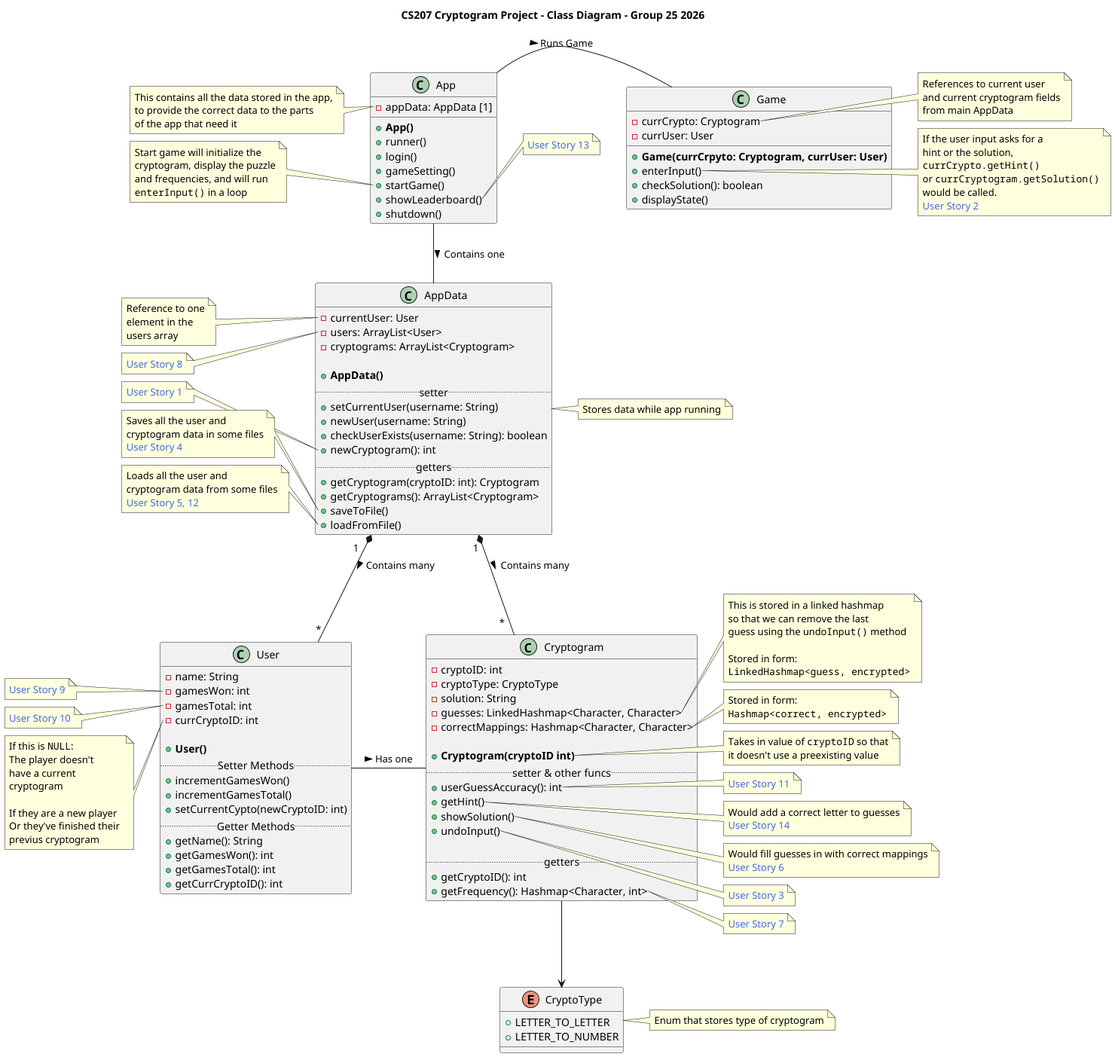
Before: Class-Diagrams/src/main-CS207 Cryptogram Project - Class Diagram - Group 25 2026.png, a diagram exported from PlantUML (finlaysr/CS207-Cryptograms).
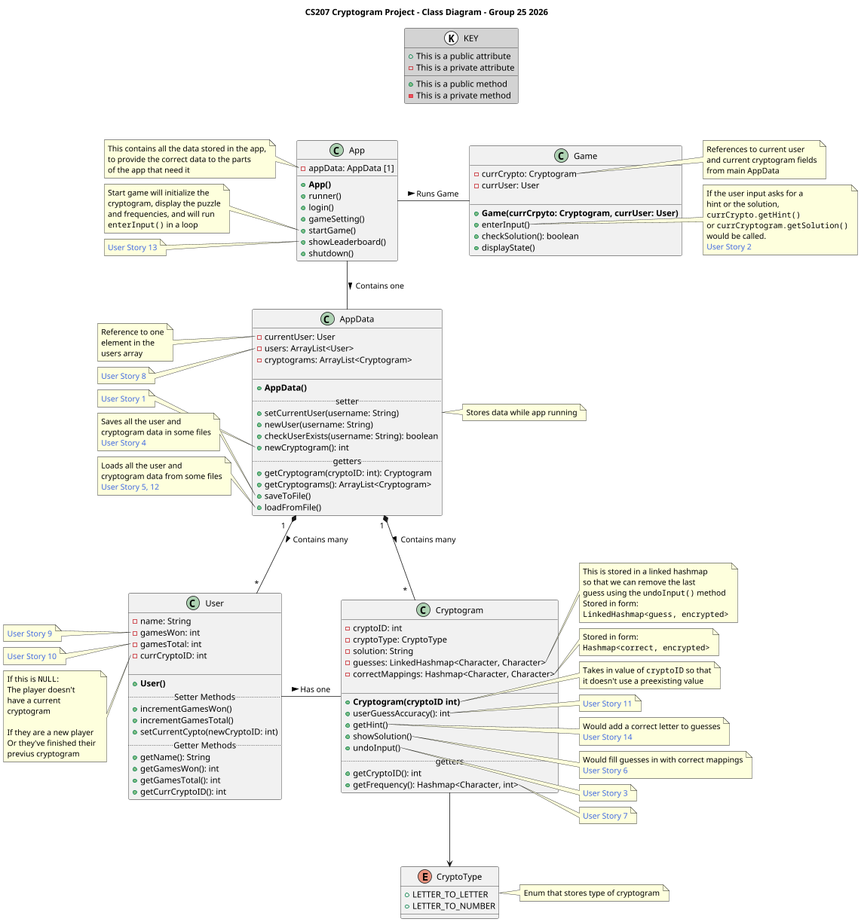
Later version of the same file.

The edit, as a diff of the source:
```diff
@@ -6,6 +6,13 @@
 !include ./cryptogram.puml
 !include ./user.puml
 !include ./appdata.puml
+
+class KEY << (K,white) >> #back:lightgrey {
+    + This is a public attribute
+    - This is a private attribute
+    +{method} This is a public method
+    -{method} This is a private method
+}
 
 class App{
     - appData: AppData [1]
@@ -31,7 +38,7 @@
     ""enterInput()"" in a loop
 end note
 
-note right of App::showLeaderboard
+note left of App::showLeaderboard
     <color:royalBlue>User Story 13</color>
 end note
 
@@ -44,4 +51,7 @@
 User - Cryptogram: > Has one
 Cryptogram --> CryptoType
 
+KEY -[hidden]- Game
+KEY -[hidden]- App
+
 @enduml
```
